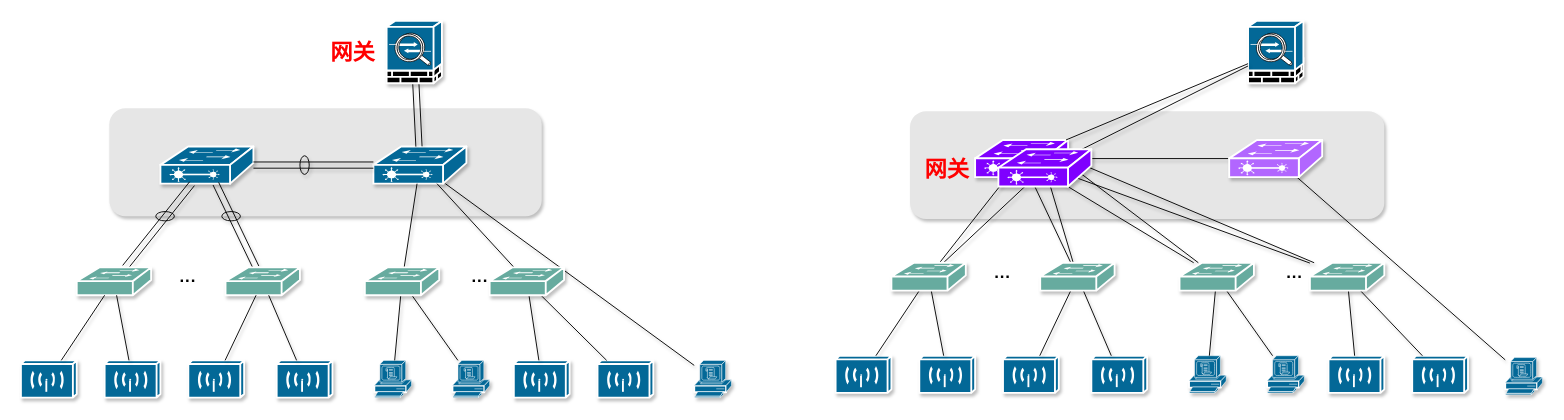
Above: bsf拓扑.drawio in lhongbei/lhongbei (draw.io), before the change. Source tidied: cells renumbered, new cells numbered last; positions are measured from the earlier drawing's top-left corner, leaving out a move shared by most shapes. Both pictures are drawn from the tidied source at 93%, with x=0, y=0 at pixel (20, 20).
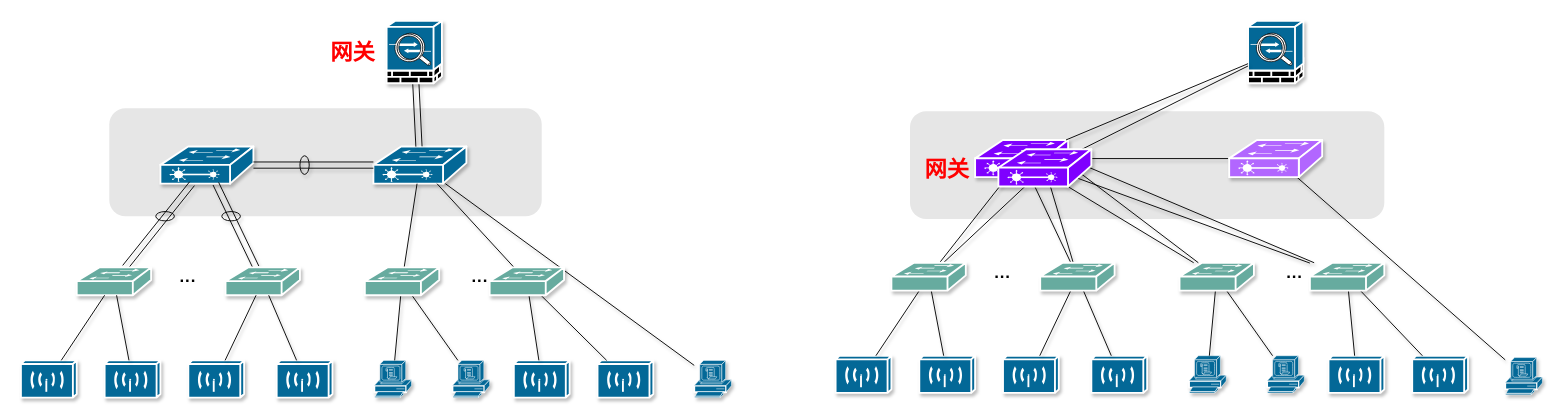
The same diagram, later.

Diff of the diagram source:
```diff
@@
-    <mxCell id="2" style="rounded=1;whiteSpace=wrap;html=1;fontSize=24;fontColor=#FF0000;strokeColor=none;fillColor=#E6E6E6;shadow=1;" parent="1" vertex="1">
+    <mxCell id="2" style="rounded=1;whiteSpace=wrap;html=1;fontSize=24;fontColor=#FF0000;strokeColor=none;fillColor=#E6E6E6;shadow=0;" parent="1" vertex="1">
       <mxGeometry x="956" y="97" width="510" height="116" as="geometry" />
     </mxCell>
@@
-    <mxCell id="5" style="rounded=1;whiteSpace=wrap;html=1;fontSize=24;fontColor=#FF0000;strokeColor=none;fillColor=#E6E6E6;shadow=1;" parent="1" vertex="1">
+    <mxCell id="5" style="rounded=1;whiteSpace=wrap;html=1;fontSize=24;fontColor=#FF0000;strokeColor=none;fillColor=#E6E6E6;shadow=0;" parent="1" vertex="1">
       <mxGeometry x="95" y="94" width="465" height="116" as="geometry" />
     </mxCell>
```
